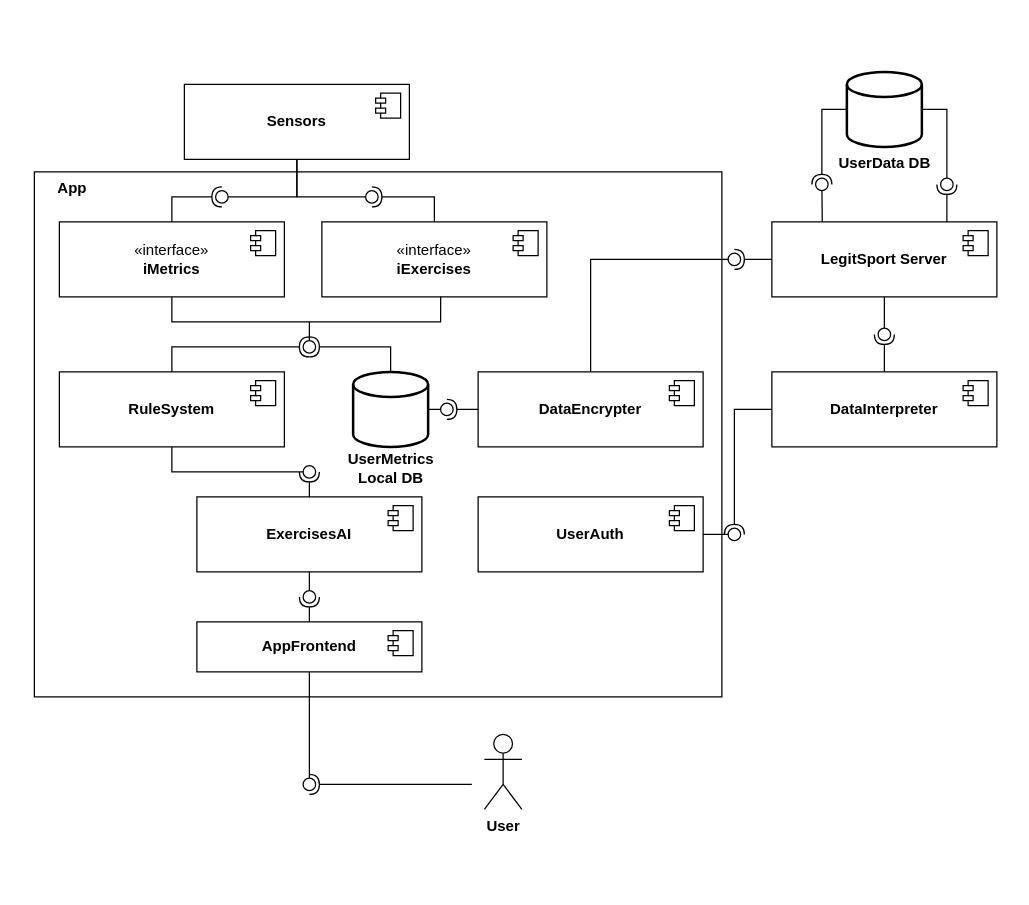
dgolzm/E1-2024-2 keeps this draw.io diagram as Diagrama sin título.drawio. Above is the earlier version. Source tidied: cells renumbered, new cells numbered last; positions are measured from the earlier drawing's top-left corner, leaving out a move shared by most shapes. Both pictures are drawn from the tidied source at 125%, with x=0, y=0 at pixel (21, 21).
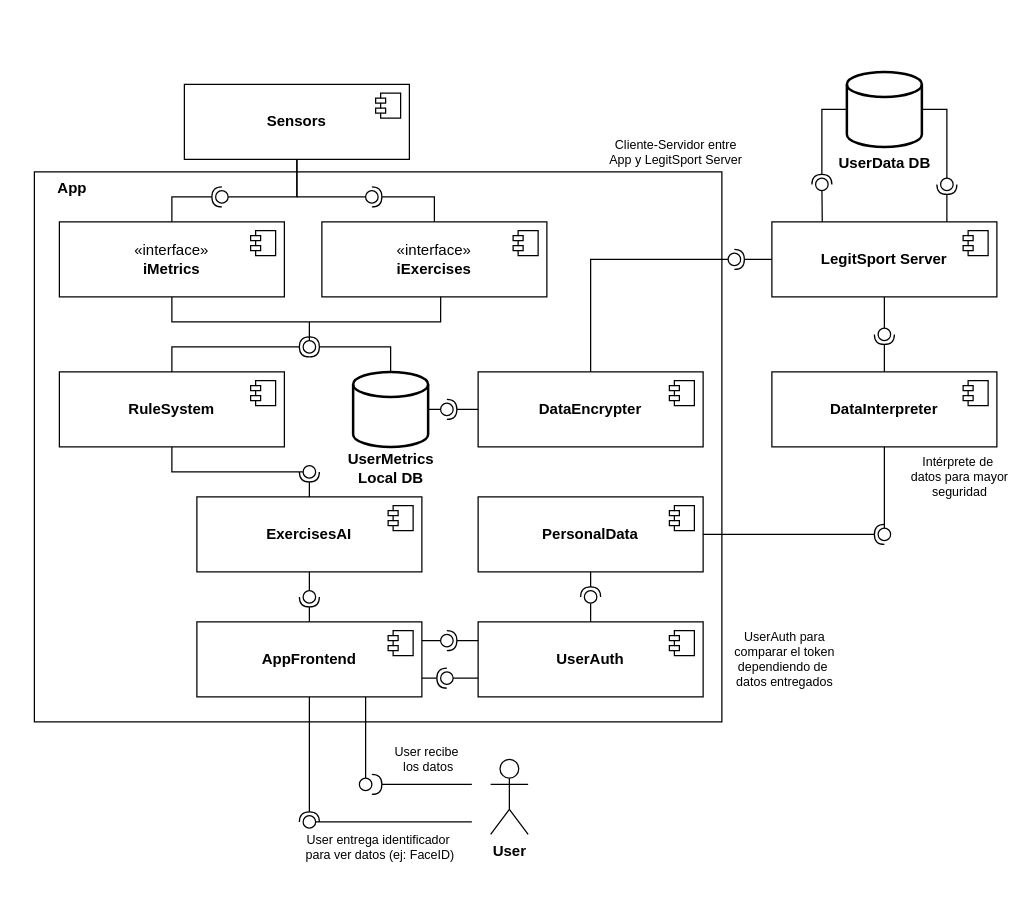
After the change.

The change refers to these unchanged cells:
```xml
<mxCell id="51" value="&lt;b&gt;DataInterpreter&lt;/b&gt;" style="html=1;whiteSpace=wrap;" parent="1" vertex="1">
  <mxGeometry x="600" y="280" width="180" height="60" as="geometry" />
</mxCell>
```

Change to the diagram source:
```diff
@@
-    <mxCell id="2" style="html=1;whiteSpace=wrap;" parent="1" vertex="1">
-      <mxGeometry x="10" y="120" width="550" height="420" as="geometry" />
-    </mxCell>
+    <mxCell id="68" style="html=1;whiteSpace=wrap;" parent="1" vertex="1">
+      <mxGeometry x="10" y="120" width="550" height="440" as="geometry" />
+    </mxCell>
@@
     <mxCell id="26" value="&lt;b&gt;User&lt;/b&gt;" style="shape=umlActor;verticalLabelPosition=bottom;verticalAlign=top;html=1;" parent="1" vertex="1">
-      <mxGeometry x="370" y="570" width="30" height="60" as="geometry" />
+      <mxGeometry x="375" y="590" width="30" height="60" as="geometry" />
     </mxCell>
@@
     <mxCell id="45" value="&lt;b&gt;AppFrontend&lt;/b&gt;" style="html=1;whiteSpace=wrap;" parent="1" vertex="1">
-      <mxGeometry x="140" y="480" width="180" height="40" as="geometry" />
+      <mxGeometry x="140" y="480" width="180" height="60" as="geometry" />
     </mxCell>
@@
     <mxCell id="53" style="rounded=0;orthogonalLoop=1;jettySize=auto;html=1;endArrow=halfCircle;endFill=0;endSize=6;strokeWidth=1;sketch=0;" parent="1" edge="1">
       <mxGeometry relative="1" as="geometry">
         <mxPoint x="360" y="610" as="sourcePoint" />
-        <mxPoint x="230" y="610" as="targetPoint" />
+        <mxPoint x="280" y="610" as="targetPoint" />
       </mxGeometry>
     </mxCell>
-    <mxCell id="54" style="rounded=0;jettySize=auto;html=1;endArrow=oval;endFill=0;sketch=0;sourcePerimeterSpacing=0;targetPerimeterSpacing=0;endSize=10;exitX=0.5;exitY=1;exitDx=0;exitDy=0;" parent="1" edge="1" source="45">
-      <mxGeometry relative="1" as="geometry">
-        <mxPoint x="230" y="610" as="targetPoint" />
-      </mxGeometry>
-    </mxCell>
@@
     <mxCell id="56" value="&lt;b&gt;UserAuth&lt;/b&gt;" style="html=1;whiteSpace=wrap;" parent="1" vertex="1">
-      <mxGeometry x="365" y="380" width="180" height="60" as="geometry" />
+      <mxGeometry x="365" y="480" width="180" height="60" as="geometry" />
     </mxCell>
@@
-    <mxCell id="58" style="rounded=0;jettySize=auto;html=1;endArrow=halfCircle;endFill=0;endSize=6;strokeWidth=1;sketch=0;exitX=0;exitY=0.5;exitDx=0;exitDy=0;" parent="1" edge="1" source="51">
-      <mxGeometry relative="1" as="geometry">
-        <mxPoint x="570" y="410" as="targetPoint" />
-        <Array as="points">
-          <mxPoint x="570" y="310" />
-        </Array>
-      </mxGeometry>
-    </mxCell>
-    <mxCell id="59" style="rounded=0;jettySize=auto;html=1;endArrow=oval;endFill=0;sketch=0;sourcePerimeterSpacing=0;targetPerimeterSpacing=0;endSize=10;exitX=1;exitY=0.5;exitDx=0;exitDy=0;" parent="1" edge="1" source="56">
+    <mxCell id="59" style="rounded=0;jettySize=auto;html=1;endArrow=oval;endFill=0;sketch=0;sourcePerimeterSpacing=0;targetPerimeterSpacing=0;endSize=10;exitX=0.5;exitY=1;exitDx=0;exitDy=0;" parent="1" edge="1" source="51">
       <mxGeometry relative="1" as="geometry">
-        <mxPoint x="570" y="410" as="targetPoint" />
+        <mxPoint x="690" y="410" as="targetPoint" />
       </mxGeometry>
     </mxCell>
@@
+    <mxCell id="69" value="&lt;b&gt;PersonalData&lt;/b&gt;" style="html=1;whiteSpace=wrap;" parent="1" vertex="1">
+      <mxGeometry x="365" y="380" width="180" height="60" as="geometry" />
+    </mxCell>
+    <mxCell id="70" style="shape=module;jettyWidth=8;jettyHeight=4;" parent="69" vertex="1">
+      <mxGeometry x="1" width="20" height="20" relative="1" as="geometry">
+        <mxPoint x="-27" y="7" as="offset" />
+      </mxGeometry>
+    </mxCell>
+    <mxCell id="71" value="User entrega identificador&lt;div style=&quot;font-size: 10px;&quot;&gt;&amp;nbsp;para ver datos (ej: FaceID)&lt;/div&gt;" style="text;align=center;fontStyle=0;verticalAlign=middle;spacingLeft=3;spacingRight=3;strokeColor=none;html=1;fontSize=10;" parent="1" vertex="1">
+      <mxGeometry x="255" y="630" width="60" height="60" as="geometry" />
+    </mxCell>
+    <mxCell id="72" style="rounded=0;jettySize=auto;html=1;endArrow=halfCircle;endFill=0;endSize=6;strokeWidth=1;sketch=0;exitX=0;exitY=0.25;exitDx=0;exitDy=0;" parent="1" edge="1" source="56">
+      <mxGeometry relative="1" as="geometry">
+        <mxPoint x="340" y="495" as="targetPoint" />
+      </mxGeometry>
+    </mxCell>
+    <mxCell id="73" style="rounded=0;jettySize=auto;html=1;endArrow=oval;endFill=0;sketch=0;sourcePerimeterSpacing=0;targetPerimeterSpacing=0;endSize=10;exitX=1;exitY=0.25;exitDx=0;exitDy=0;" parent="1" edge="1" source="45">
+      <mxGeometry relative="1" as="geometry">
+        <mxPoint x="340" y="495" as="targetPoint" />
+      </mxGeometry>
+    </mxCell>
+    <mxCell id="74" style="ellipse;whiteSpace=wrap;html=1;align=center;fillColor=none;strokeColor=none;perimeter=centerPerimeter;" parent="1" vertex="1">
+      <mxGeometry x="535" y="520" width="10" height="10" as="geometry" />
+    </mxCell>
+    <mxCell id="75" style="rounded=0;jettySize=auto;html=1;endArrow=halfCircle;endFill=0;endSize=6;strokeWidth=1;sketch=0;exitX=1;exitY=0.75;exitDx=0;exitDy=0;" parent="1" edge="1" source="45">
+      <mxGeometry relative="1" as="geometry">
+        <mxPoint x="340" y="525" as="targetPoint" />
+      </mxGeometry>
+    </mxCell>
+    <mxCell id="76" style="rounded=0;jettySize=auto;html=1;endArrow=oval;endFill=0;sketch=0;sourcePerimeterSpacing=0;targetPerimeterSpacing=0;endSize=10;exitX=0;exitY=0.75;exitDx=0;exitDy=0;" parent="1" edge="1" source="56">
+      <mxGeometry relative="1" as="geometry">
+        <mxPoint x="340" y="525" as="targetPoint" />
+      </mxGeometry>
+    </mxCell>
+    <mxCell id="77" style="rounded=0;jettySize=auto;html=1;endArrow=halfCircle;endFill=0;endSize=6;strokeWidth=1;sketch=0;exitX=1;exitY=0.5;exitDx=0;exitDy=0;" parent="1" edge="1" source="69">
+      <mxGeometry relative="1" as="geometry">
+        <mxPoint x="690" y="410" as="targetPoint" />
+      </mxGeometry>
+    </mxCell>
+    <mxCell id="78" style="rounded=0;jettySize=auto;html=1;endArrow=halfCircle;endFill=0;endSize=6;strokeWidth=1;sketch=0;exitX=0.5;exitY=1;exitDx=0;exitDy=0;" parent="1" edge="1" source="69">
+      <mxGeometry relative="1" as="geometry">
+        <mxPoint x="455" y="460" as="targetPoint" />
+      </mxGeometry>
+    </mxCell>
+    <mxCell id="79" style="rounded=0;jettySize=auto;html=1;endArrow=oval;endFill=0;sketch=0;sourcePerimeterSpacing=0;targetPerimeterSpacing=0;endSize=10;exitX=0.5;exitY=0;exitDx=0;exitDy=0;" parent="1" edge="1" source="56">
+      <mxGeometry relative="1" as="geometry">
+        <mxPoint x="455" y="460" as="targetPoint" />
+      </mxGeometry>
+    </mxCell>
+    <mxCell id="80" style="ellipse;whiteSpace=wrap;html=1;align=center;fillColor=none;strokeColor=none;perimeter=centerPerimeter;" parent="1" vertex="1">
+      <mxGeometry x="492.5" y="450" width="10" height="10" as="geometry" />
+    </mxCell>
+    <mxCell id="81" style="rounded=0;jettySize=auto;html=1;endArrow=halfCircle;endFill=0;endSize=6;strokeWidth=1;sketch=0;exitX=0.5;exitY=1;exitDx=0;exitDy=0;" parent="1" edge="1" source="45">
+      <mxGeometry relative="1" as="geometry">
+        <mxPoint x="230" y="640" as="targetPoint" />
+      </mxGeometry>
+    </mxCell>
+    <mxCell id="82" style="rounded=0;orthogonalLoop=1;jettySize=auto;html=1;endArrow=oval;endFill=0;sketch=0;sourcePerimeterSpacing=0;targetPerimeterSpacing=0;endSize=10;" parent="1" edge="1">
+      <mxGeometry relative="1" as="geometry">
+        <mxPoint x="360" y="640" as="sourcePoint" />
+        <mxPoint x="230" y="640" as="targetPoint" />
+      </mxGeometry>
+    </mxCell>
+    <mxCell id="83" style="ellipse;whiteSpace=wrap;html=1;align=center;fillColor=none;strokeColor=none;perimeter=centerPerimeter;" parent="1" vertex="1">
+      <mxGeometry x="375" y="600" width="10" height="10" as="geometry" />
+    </mxCell>
+    <mxCell id="84" style="rounded=0;jettySize=auto;html=1;endArrow=oval;endFill=0;sketch=0;sourcePerimeterSpacing=0;targetPerimeterSpacing=0;endSize=10;exitX=0.75;exitY=1;exitDx=0;exitDy=0;" parent="1" edge="1" source="45">
+      <mxGeometry relative="1" as="geometry">
+        <mxPoint x="275" y="610" as="targetPoint" />
+      </mxGeometry>
+    </mxCell>
+    <mxCell id="85" style="ellipse;whiteSpace=wrap;html=1;align=center;fillColor=none;strokeColor=none;perimeter=centerPerimeter;" parent="1" vertex="1">
+      <mxGeometry x="295" y="580" width="10" height="10" as="geometry" />
+    </mxCell>
+    <mxCell id="86" value="User recibe&amp;nbsp;&lt;div&gt;los datos&lt;/div&gt;" style="text;align=center;fontStyle=0;verticalAlign=middle;spacingLeft=3;spacingRight=3;strokeColor=none;html=1;fontSize=10;" parent="1" vertex="1">
+      <mxGeometry x="295" y="560" width="60" height="60" as="geometry" />
+    </mxCell>
+    <mxCell id="87" value="Intérprete de&amp;nbsp;&lt;div&gt;datos para mayor&lt;/div&gt;&lt;div&gt;seguridad&lt;/div&gt;" style="text;align=center;fontStyle=0;verticalAlign=middle;spacingLeft=3;spacingRight=3;strokeColor=none;html=1;fontSize=10;" parent="1" vertex="1">
+      <mxGeometry x="720" y="327" width="60" height="73" as="geometry" />
+    </mxCell>
+    <mxCell id="88" value="UserAuth para&lt;div&gt;comparar el token&lt;/div&gt;&lt;div&gt;dependiendo de&amp;nbsp;&lt;/div&gt;&lt;div&gt;datos entregados&lt;/div&gt;" style="text;align=center;fontStyle=0;verticalAlign=middle;spacingLeft=3;spacingRight=3;strokeColor=none;html=1;fontSize=10;" parent="1" vertex="1">
+      <mxGeometry x="580" y="473.5" width="60" height="73" as="geometry" />
+    </mxCell>
+    <mxCell id="89" value="Cliente-Servidor entre&lt;div&gt;App y LegitSport Server&lt;/div&gt;&lt;div&gt;&lt;br&gt;&lt;/div&gt;" style="text;align=center;fontStyle=0;verticalAlign=middle;spacingLeft=3;spacingRight=3;strokeColor=none;html=1;fontSize=10;" parent="1" vertex="1">
+      <mxGeometry x="492.5" y="73" width="60" height="73" as="geometry" />
+    </mxCell>
```
